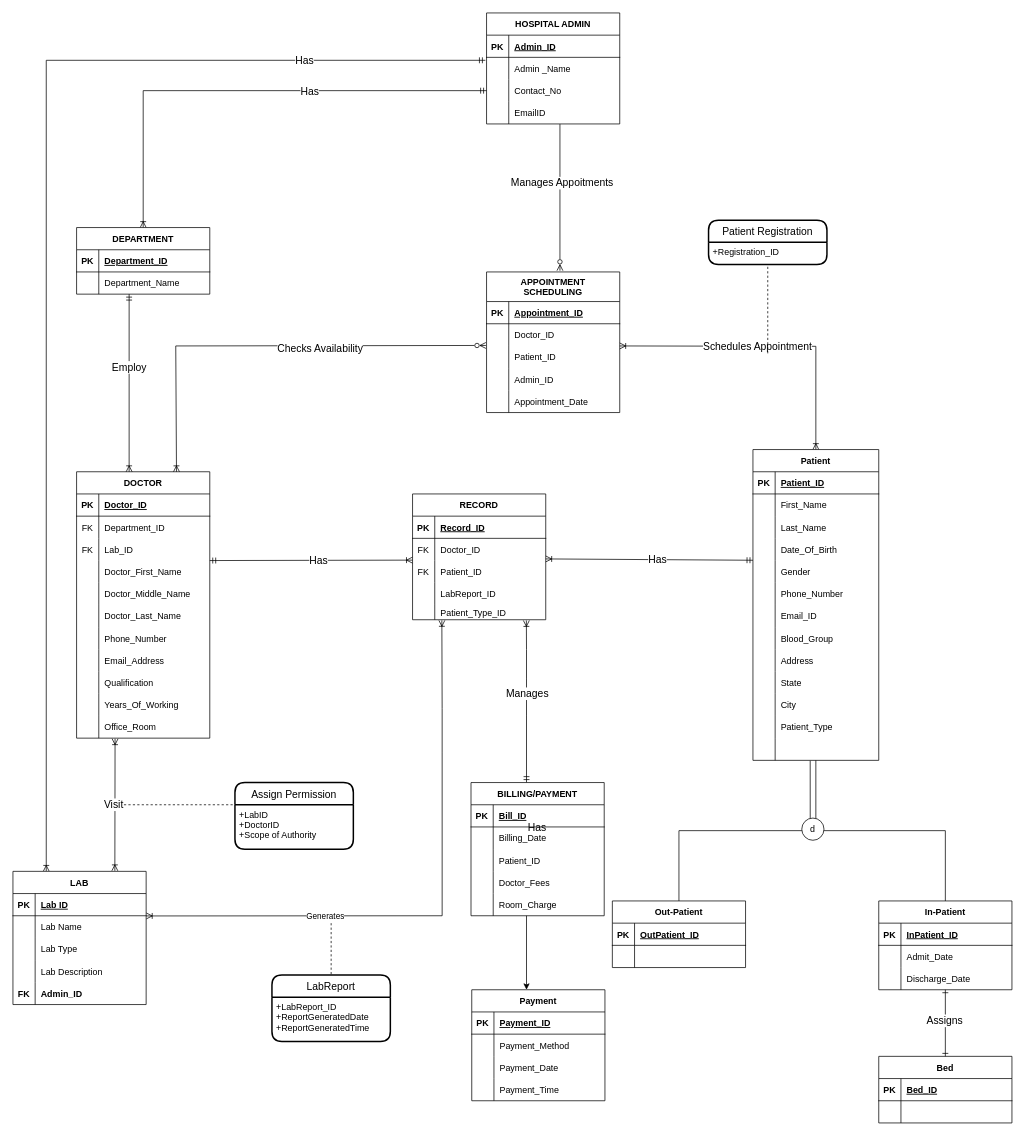
This is Untitled Diagram.drawio from KashyapKompella/DAMG6210_HospitalManagementDatabase, a draw.io file, before an edit. Source tidied: cells renumbered, new cells numbered last; positions are measured from the earlier drawing's top-left corner, leaving out a move shared by most shapes. Both pictures are drawn from the tidied source at 74%, with x=0, y=0 at pixel (13, 13).
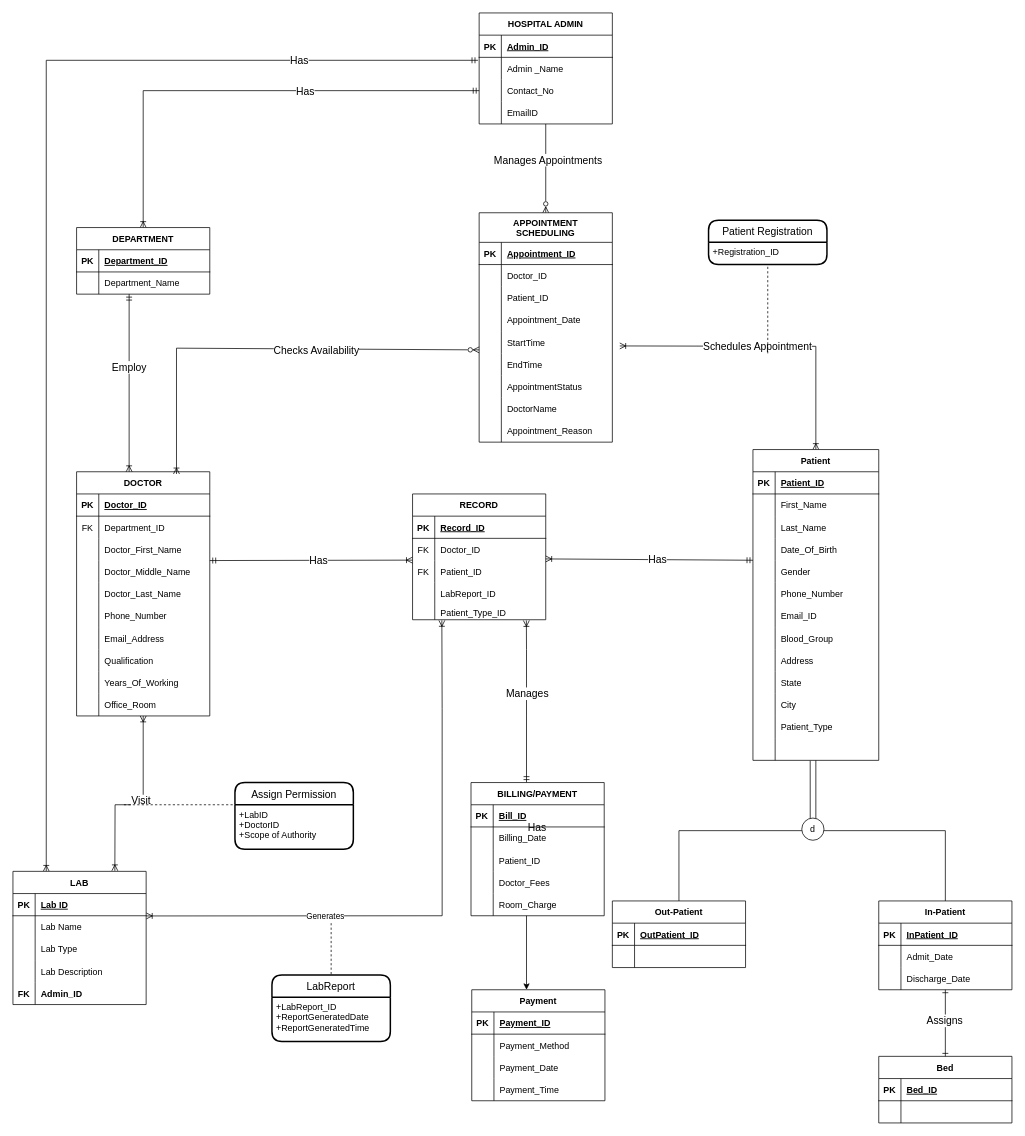
After the change.

Commit message:
Updated with attributes in Appointment Scheduling

Unchanged cells that the change refers to:
```xml
<mxCell id="31" style="shape=tableRow;horizontal=0;startSize=0;swimlaneHead=0;swimlaneBody=0;fillColor=none;points=[[0,0.5],[1,0.5]];portConstraint=eastwest;top=0;left=0;right=0;bottom=0;" parent="21" vertex="1">
  <mxGeometry y="120" width="180" height="30" as="geometry" />
</mxCell>
<mxCell id="34" value="LAB" style="shape=table;startSize=30;childLayout=tableLayout;rowLines=0;fontStyle=1;align=center;" parent="1" vertex="1">
  <mxGeometry y="1160" width="180" height="180" as="geometry" />
</mxCell>
<mxCell id="100" style="shape=tableRow;horizontal=0;startSize=0;swimlaneHead=0;swimlaneBody=0;fillColor=none;points=[[0,0.5],[1,0.5]];portConstraint=eastwest;top=0;left=0;right=0;bottom=0;fontSize=12;" parent="93" vertex="1">
  <mxGeometry y="100" width="180" height="30" as="geometry" />
</mxCell>
```

The edit, as a diff of the source:
```diff
@@
-    <mxCell id="2" style="rounded=0;jettySize=auto;html=1;endArrow=ERzeroToMany;endFill=0;exitX=0.551;exitY=1.008;exitDx=0;exitDy=0;exitPerimeter=0;entryX=0.551;entryY=-0.009;entryDx=0;entryDy=0;entryPerimeter=0;" parent="1" edge="1" source="31" target="93">
+    <mxCell id="2" style="rounded=0;jettySize=auto;html=1;endArrow=ERzeroToMany;endFill=0;" parent="1" edge="1" source="31" target="93">
       <mxGeometry relative="1" as="geometry" />
     </mxCell>
-    <mxCell id="3" value="Manages Appoitments" style="edgeLabel;html=1;align=center;verticalAlign=middle;fontSize=14;" parent="2" vertex="1">
+    <mxCell id="3" value="Manages Appointments" style="edgeLabel;html=1;align=center;verticalAlign=middle;fontSize=14;" parent="2" vertex="1">
       <mxGeometry x="-0.2" y="2" relative="1" as="geometry" />
     </mxCell>
@@
-    <mxCell id="12" style="rounded=0;jettySize=auto;html=1;startArrow=ERoneToMany;startFill=0;endArrow=ERoneToMany;endFill=0;exitX=0.161;exitY=1.026;exitDx=0;exitDy=0;exitPerimeter=0;entryX=0.765;entryY=-0.004;entryDx=0;entryDy=0;entryPerimeter=0;" parent="1" edge="1" target="34">
+    <mxCell id="12" style="rounded=0;jettySize=auto;html=1;startArrow=ERoneToMany;startFill=0;endArrow=ERoneToMany;endFill=0;entryX=0.765;entryY=-0.004;entryDx=0;entryDy=0;entryPerimeter=0;" parent="1" edge="1" source="88" target="34">
       <mxGeometry relative="1" as="geometry">
-        <mxPoint x="138" y="980.8" as="sourcePoint" />
+        <Array as="points">
+          <mxPoint x="176" y="1070" />
+          <mxPoint x="138" y="1070" />
+        </Array>
       </mxGeometry>
     </mxCell>
@@
     <mxCell id="21" value="HOSPITAL ADMIN" style="shape=table;startSize=30;childLayout=tableLayout;rowLines=0;fontStyle=1;align=center;" parent="1" vertex="1">
-      <mxGeometry x="640" width="180" height="150" as="geometry" />
+      <mxGeometry x="630" width="180" height="150" as="geometry" />
     </mxCell>
@@
     <mxCell id="57" value="DOCTOR" style="shape=table;startSize=30;childLayout=tableLayout;rowLines=0;fontStyle=1;align=center;fontSize=12;" parent="1" vertex="1">
-      <mxGeometry x="86" y="620" width="180" height="360" as="geometry" />
+      <mxGeometry x="86" y="620" width="180" height="330" as="geometry" />
     </mxCell>
@@
-    <mxCell id="64" style="shape=tableRow;horizontal=0;startSize=0;swimlaneHead=0;swimlaneBody=0;fillColor=none;top=0;left=0;right=0;bottom=0;fontSize=12;" parent="57" vertex="1">
-      <mxGeometry y="90" width="180" height="30" as="geometry" />
-    </mxCell>
-    <mxCell id="65" value="FK" style="shape=partialRectangle;fillColor=none;top=0;left=0;bottom=0;right=0;overflow=hidden;fontSize=12;" parent="64" vertex="1">
-      <mxGeometry width="30" height="30" as="geometry" />
-    </mxCell>
-    <mxCell id="66" value="Lab_ID" style="shape=partialRectangle;fillColor=none;top=0;left=0;bottom=0;right=0;align=left;spacingLeft=6;overflow=hidden;fontSize=12;" parent="64" vertex="1">
-      <mxGeometry x="30" width="150" height="30" as="geometry" />
-    </mxCell>
     <mxCell id="67" style="shape=tableRow;horizontal=0;startSize=0;swimlaneHead=0;swimlaneBody=0;fillColor=none;top=0;left=0;right=0;bottom=0;fontSize=12;" parent="57" vertex="1">
-      <mxGeometry y="120" width="180" height="30" as="geometry" />
+      <mxGeometry y="90" width="180" height="30" as="geometry" />
     </mxCell>
@@
     <mxCell id="70" style="shape=tableRow;horizontal=0;startSize=0;swimlaneHead=0;swimlaneBody=0;fillColor=none;top=0;left=0;right=0;bottom=0;fontSize=12;" parent="57" vertex="1">
-      <mxGeometry y="150" width="180" height="30" as="geometry" />
+      <mxGeometry y="120" width="180" height="30" as="geometry" />
     </mxCell>
@@
     <mxCell id="73" style="shape=tableRow;horizontal=0;startSize=0;swimlaneHead=0;swimlaneBody=0;fillColor=none;top=0;left=0;right=0;bottom=0;fontSize=12;" parent="57" vertex="1">
-      <mxGeometry y="180" width="180" height="30" as="geometry" />
+      <mxGeometry y="150" width="180" height="30" as="geometry" />
     </mxCell>
@@
     <mxCell id="76" style="shape=tableRow;horizontal=0;startSize=0;swimlaneHead=0;swimlaneBody=0;fillColor=none;top=0;left=0;right=0;bottom=0;fontSize=12;" parent="57" vertex="1">
-      <mxGeometry y="210" width="180" height="30" as="geometry" />
+      <mxGeometry y="180" width="180" height="30" as="geometry" />
     </mxCell>
@@
     <mxCell id="79" style="shape=tableRow;horizontal=0;startSize=0;swimlaneHead=0;swimlaneBody=0;fillColor=none;top=0;left=0;right=0;bottom=0;fontSize=12;" parent="57" vertex="1">
-      <mxGeometry y="240" width="180" height="30" as="geometry" />
+      <mxGeometry y="210" width="180" height="30" as="geometry" />
     </mxCell>
@@
     <mxCell id="82" style="shape=tableRow;horizontal=0;startSize=0;swimlaneHead=0;swimlaneBody=0;fillColor=none;top=0;left=0;right=0;bottom=0;fontSize=12;" parent="57" vertex="1">
-      <mxGeometry y="270" width="180" height="30" as="geometry" />
+      <mxGeometry y="240" width="180" height="30" as="geometry" />
     </mxCell>
@@
     <mxCell id="85" style="shape=tableRow;horizontal=0;startSize=0;swimlaneHead=0;swimlaneBody=0;fillColor=none;top=0;left=0;right=0;bottom=0;fontSize=12;" parent="57" vertex="1">
-      <mxGeometry y="300" width="180" height="30" as="geometry" />
+      <mxGeometry y="270" width="180" height="30" as="geometry" />
     </mxCell>
@@
     <mxCell id="88" style="shape=tableRow;horizontal=0;startSize=0;swimlaneHead=0;swimlaneBody=0;fillColor=none;points=[[0,0.5],[1,0.5]];portConstraint=eastwest;top=0;left=0;right=0;bottom=0;fontSize=12;" parent="57" vertex="1">
-      <mxGeometry y="330" width="180" height="30" as="geometry" />
+      <mxGeometry y="300" width="180" height="30" as="geometry" />
     </mxCell>
@@
     <mxCell id="93" value="APPOINTMENT &#10;SCHEDULING" style="shape=table;startSize=40;childLayout=tableLayout;rowLines=0;fontStyle=1;align=center;fontSize=12;" parent="1" vertex="1">
-      <mxGeometry x="640" y="350" width="180" height="190" as="geometry" />
+      <mxGeometry x="630" y="270" width="180" height="310" as="geometry" />
     </mxCell>
@@
-    <mxCell id="103" style="shape=tableRow;horizontal=0;startSize=0;swimlaneHead=0;swimlaneBody=0;fillColor=none;top=0;left=0;right=0;bottom=0;fontSize=12;" parent="93" vertex="1">
-      <mxGeometry y="130" width="180" height="30" as="geometry" />
-    </mxCell>
-    <mxCell id="104" style="shape=partialRectangle;fillColor=none;top=0;left=0;bottom=0;right=0;overflow=hidden;fontSize=12;" parent="103" vertex="1">
-      <mxGeometry width="30" height="30" as="geometry" />
-    </mxCell>
-    <mxCell id="105" value="Admin_ID" style="shape=partialRectangle;fillColor=none;top=0;left=0;bottom=0;right=0;align=left;spacingLeft=6;overflow=hidden;fontSize=12;" parent="103" vertex="1">
-      <mxGeometry x="30" width="150" height="30" as="geometry" />
-    </mxCell>
     <mxCell id="106" style="shape=tableRow;horizontal=0;startSize=0;swimlaneHead=0;swimlaneBody=0;fillColor=none;top=0;left=0;right=0;bottom=0;fontSize=12;" parent="93" vertex="1">
-      <mxGeometry y="160" width="180" height="30" as="geometry" />
+      <mxGeometry y="130" width="180" height="30" as="geometry" />
     </mxCell>
@@
+    <mxCell id="236" style="shape=tableRow;horizontal=0;startSize=0;swimlaneHead=0;swimlaneBody=0;fillColor=none;top=0;left=0;right=0;bottom=0;fontSize=12;" parent="93" vertex="1">
+      <mxGeometry y="160" width="180" height="30" as="geometry" />
+    </mxCell>
+    <mxCell id="237" style="shape=partialRectangle;fillColor=none;top=0;left=0;bottom=0;right=0;overflow=hidden;fontSize=12;" parent="236" vertex="1">
+      <mxGeometry width="30" height="30" as="geometry" />
+    </mxCell>
+    <mxCell id="238" value="StartTime" style="shape=partialRectangle;fillColor=none;top=0;left=0;bottom=0;right=0;align=left;spacingLeft=6;overflow=hidden;fontSize=12;fontStyle=0;" parent="236" vertex="1">
+      <mxGeometry x="30" width="150" height="30" as="geometry" />
+    </mxCell>
+    <mxCell id="239" style="shape=tableRow;horizontal=0;startSize=0;swimlaneHead=0;swimlaneBody=0;fillColor=none;points=[[0,0.5],[1,0.5]];portConstraint=eastwest;top=0;left=0;right=0;bottom=0;fontSize=12;" parent="93" vertex="1">
+      <mxGeometry y="190" width="180" height="30" as="geometry" />
+    </mxCell>
+    <mxCell id="240" style="shape=partialRectangle;fillColor=none;top=0;left=0;bottom=0;right=0;overflow=hidden;fontSize=12;" parent="239" vertex="1">
+      <mxGeometry width="30" height="30" as="geometry" />
+    </mxCell>
+    <mxCell id="241" value="EndTime" style="shape=partialRectangle;fillColor=none;top=0;left=0;bottom=0;right=0;align=left;spacingLeft=6;overflow=hidden;fontSize=12;fontStyle=0;" parent="239" vertex="1">
+      <mxGeometry x="30" width="150" height="30" as="geometry" />
+    </mxCell>
+    <mxCell id="242" style="shape=tableRow;horizontal=0;startSize=0;swimlaneHead=0;swimlaneBody=0;fillColor=none;top=0;left=0;right=0;bottom=0;fontSize=12;" parent="93" vertex="1">
+      <mxGeometry y="220" width="180" height="30" as="geometry" />
+    </mxCell>
+    <mxCell id="243" style="shape=partialRectangle;fillColor=none;top=0;left=0;bottom=0;right=0;overflow=hidden;fontSize=12;" parent="242" vertex="1">
+      <mxGeometry width="30" height="30" as="geometry" />
+    </mxCell>
+    <mxCell id="244" value="AppointmentStatus" style="shape=partialRectangle;fillColor=none;top=0;left=0;bottom=0;right=0;align=left;spacingLeft=6;overflow=hidden;fontSize=12;fontStyle=0;" parent="242" vertex="1">
+      <mxGeometry x="30" width="150" height="30" as="geometry" />
+    </mxCell>
+    <mxCell id="245" style="shape=tableRow;horizontal=0;startSize=0;swimlaneHead=0;swimlaneBody=0;fillColor=none;top=0;left=0;right=0;bottom=0;fontSize=12;" parent="93" vertex="1">
+      <mxGeometry y="250" width="180" height="30" as="geometry" />
+    </mxCell>
+    <mxCell id="246" style="shape=partialRectangle;fillColor=none;top=0;left=0;bottom=0;right=0;overflow=hidden;fontSize=12;" parent="245" vertex="1">
+      <mxGeometry width="30" height="30" as="geometry" />
+    </mxCell>
+    <mxCell id="247" value="DoctorName" style="shape=partialRectangle;fillColor=none;top=0;left=0;bottom=0;right=0;align=left;spacingLeft=6;overflow=hidden;fontSize=12;fontStyle=0;" parent="245" vertex="1">
+      <mxGeometry x="30" width="150" height="30" as="geometry" />
+    </mxCell>
+    <mxCell id="248" style="shape=tableRow;horizontal=0;startSize=0;swimlaneHead=0;swimlaneBody=0;fillColor=none;top=0;left=0;right=0;bottom=0;fontSize=12;" parent="93" vertex="1">
+      <mxGeometry y="280" width="180" height="30" as="geometry" />
+    </mxCell>
+    <mxCell id="249" style="shape=partialRectangle;fillColor=none;top=0;left=0;bottom=0;right=0;overflow=hidden;fontSize=12;" parent="248" vertex="1">
+      <mxGeometry width="30" height="30" as="geometry" />
+    </mxCell>
+    <mxCell id="250" value="Appointment_Reason" style="shape=partialRectangle;fillColor=none;top=0;left=0;bottom=0;right=0;align=left;spacingLeft=6;overflow=hidden;fontSize=12;fontStyle=0;" parent="248" vertex="1">
+      <mxGeometry x="30" width="150" height="30" as="geometry" />
+    </mxCell>
@@
-    <mxCell id="125" style="rounded=0;jettySize=auto;html=1;startArrow=ERzeroToMany;startFill=0;endArrow=ERoneToMany;endFill=0;exitX=-0.005;exitY=-0.022;exitDx=0;exitDy=0;exitPerimeter=0;entryX=0.75;entryY=0;entryDx=0;entryDy=0;" parent="1" edge="1" source="100" target="57">
+    <mxCell id="125" style="rounded=0;jettySize=auto;html=1;startArrow=ERzeroToMany;startFill=0;endArrow=ERoneToMany;endFill=0;exitX=0;exitY=-0.156;exitDx=0;exitDy=0;entryX=0.75;entryY=0;entryDx=0;entryDy=0;exitPerimeter=0;" parent="1" edge="1" source="239">
       <mxGeometry relative="1" as="geometry">
+        <mxPoint x="221" y="623" as="targetPoint" />
         <Array as="points">
-          <mxPoint x="220" y="450" />
+          <mxPoint x="221" y="453" />
         </Array>
       </mxGeometry>
     </mxCell>
```
